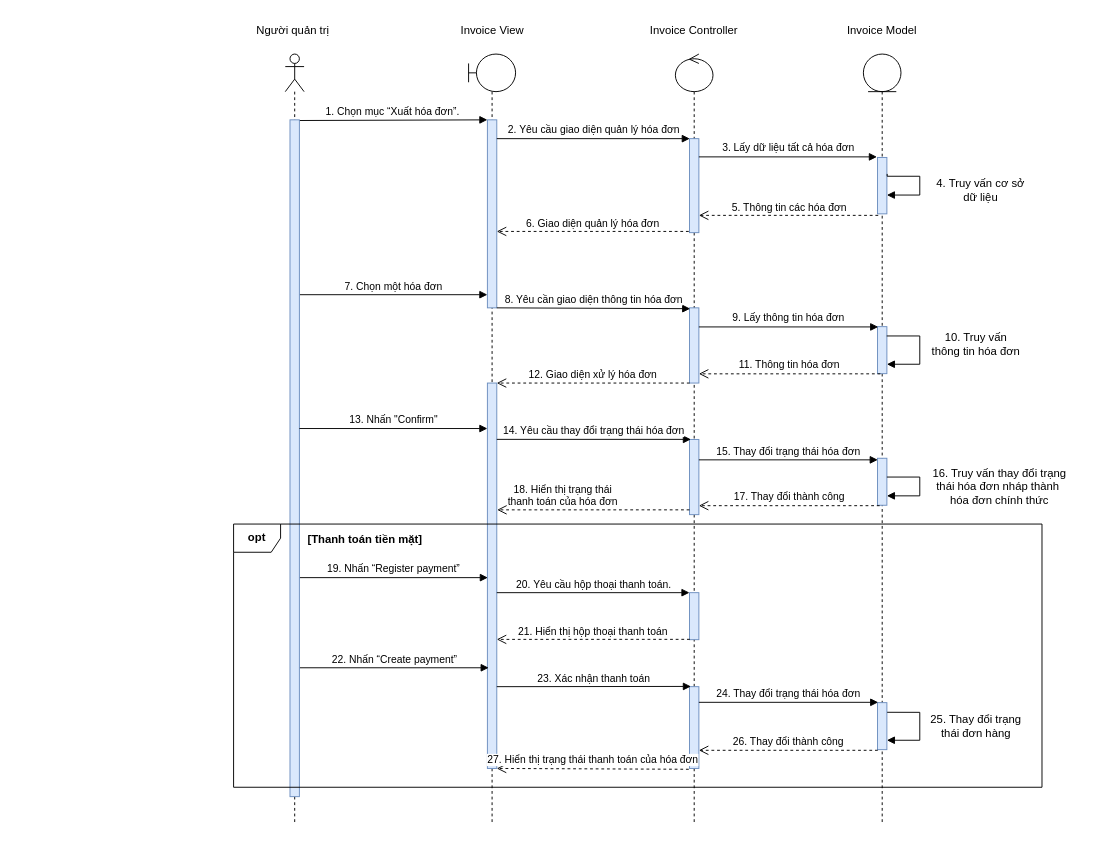
Earlier version of the draw.io diagram Nam3_HK1/CNPM_SoftTech/Sequence Diagrams/Minh Tuấn/SD_XuLyHoaDon.drawio (EdgarIgnite16/SGU-Course). Source tidied: cells renumbered, new cells numbered last; positions are measured from the earlier drawing's top-left corner, leaving out a move shared by most shapes. Both pictures are drawn from the tidied source at 94%, with x=0, y=0 at pixel (233, 16).
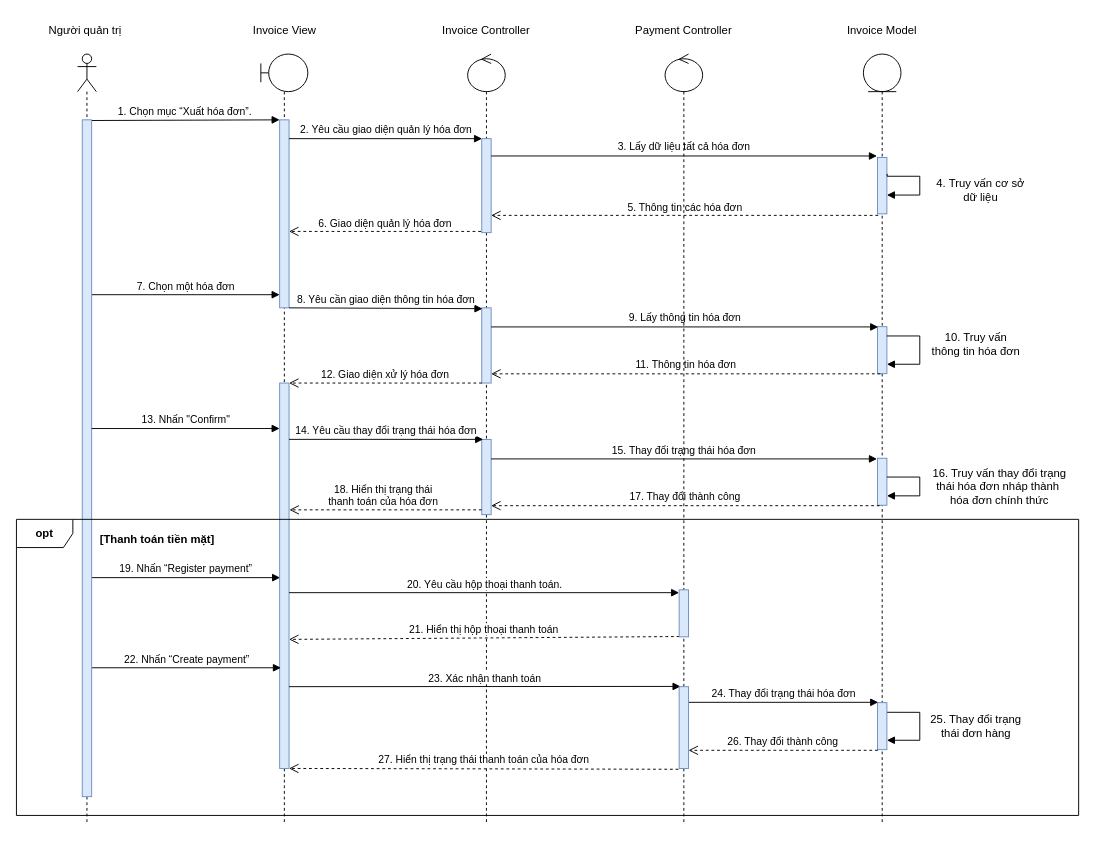
After the change.

The change refers to these unchanged cells:
```xml
<mxCell id="4" style="html=1;points=[];perimeter=orthogonalPerimeter;fillColor=#dae8fc;strokeColor=#6c8ebf;" parent="2" vertex="1">
  <mxGeometry x="20" y="350" width="10" height="410" as="geometry" />
</mxCell>
<mxCell id="8" style="html=1;points=[];perimeter=orthogonalPerimeter;fillColor=#dae8fc;strokeColor=#6c8ebf;" parent="7" vertex="1">
  <mxGeometry x="15" y="90" width="10" height="100" as="geometry" />
</mxCell>
<mxCell id="10" style="html=1;points=[];perimeter=orthogonalPerimeter;fillColor=#dae8fc;strokeColor=#6c8ebf;" parent="7" vertex="1">
  <mxGeometry x="15" y="410" width="10" height="80" as="geometry" />
</mxCell>
<mxCell id="28" style="html=1;points=[];perimeter=orthogonalPerimeter;fillColor=#dae8fc;strokeColor=#6c8ebf;" parent="1" vertex="1">
  <mxGeometry x="685" y="150" width="10" height="60" as="geometry" />
</mxCell>
<mxCell id="47" style="html=1;points=[];perimeter=orthogonalPerimeter;fillColor=#dae8fc;strokeColor=#6c8ebf;" parent="1" vertex="1">
  <mxGeometry x="685" y="470" width="10" height="50" as="geometry" />
</mxCell>
```

Diff of the diagram source:
```diff
@@
     <mxCell id="2" style="shape=umlLifeline;participant=umlBoundary;perimeter=lifelinePerimeter;whiteSpace=wrap;html=1;verticalAlign=top;spacingTop=36;" parent="1" vertex="1">
-      <mxGeometry x="250" y="40" width="50" height="820" as="geometry" />
+      <mxGeometry x="29" y="40" width="50" height="820" as="geometry" />
     </mxCell>
@@
     <mxCell id="7" style="shape=umlLifeline;participant=umlControl;perimeter=lifelinePerimeter;whiteSpace=wrap;html=1;verticalAlign=top;spacingTop=36;" parent="1" vertex="1">
-      <mxGeometry x="470" y="40" width="40" height="820" as="geometry" />
+      <mxGeometry x="249" y="40" width="40" height="820" as="geometry" />
     </mxCell>
@@
-    <mxCell id="9" style="html=1;points=[];perimeter=orthogonalPerimeter;fillColor=#dae8fc;strokeColor=#6c8ebf;" parent="7" vertex="1">
-      <mxGeometry x="15" y="573" width="10" height="50" as="geometry" />
-    </mxCell>
@@
-    <mxCell id="11" style="html=1;points=[];perimeter=orthogonalPerimeter;fillColor=#dae8fc;strokeColor=#6c8ebf;" parent="7" vertex="1">
-      <mxGeometry x="15" y="673" width="10" height="87" as="geometry" />
-    </mxCell>
     <mxCell id="12" style="shape=umlLifeline;participant=umlActor;perimeter=lifelinePerimeter;whiteSpace=wrap;html=1;verticalAlign=top;spacingTop=36;" parent="1" vertex="1">
-      <mxGeometry x="55" y="40" width="20" height="820" as="geometry" />
+      <mxGeometry x="-166" y="40" width="20" height="820" as="geometry" />
     </mxCell>
@@
     <mxCell id="15" style="html=1;points=[];perimeter=orthogonalPerimeter;fillColor=#dae8fc;strokeColor=#6c8ebf;" parent="1" vertex="1">
-      <mxGeometry x="485" y="310" width="10" height="80" as="geometry" />
+      <mxGeometry x="264" y="310" width="10" height="80" as="geometry" />
     </mxCell>
     <mxCell id="16" value="7. Chọn một hóa đơn" style="html=1;verticalAlign=bottom;endArrow=block;rounded=0;" parent="1" edge="1" source="42">
       <mxGeometry relative="1" as="geometry">
-        <mxPoint x="270" y="296" as="targetPoint" />
+        <mxPoint x="49" y="296" as="targetPoint" />
       </mxGeometry>
     </mxCell>
@@
     <mxCell id="22" value="1. Chọn mục “Xuất hóa đơn”." style="html=1;verticalAlign=bottom;endArrow=block;rounded=0;exitX=0.66;exitY=0.001;exitDx=0;exitDy=0;exitPerimeter=0;" parent="1" edge="1" source="42">
       <mxGeometry relative="1" as="geometry">
-        <mxPoint x="270" y="110" as="targetPoint" />
+        <mxPoint x="49" y="110" as="targetPoint" />
       </mxGeometry>
     </mxCell>
     <mxCell id="23" value="Invoice View" style="text;html=1;strokeColor=none;fillColor=none;align=center;verticalAlign=middle;whiteSpace=wrap;rounded=0;" parent="1" vertex="1">
-      <mxGeometry x="232.5" width="85" height="30" as="geometry" />
+      <mxGeometry x="11.5" width="85" height="30" as="geometry" />
     </mxCell>
     <mxCell id="24" value="Invoice Controller" style="text;html=1;strokeColor=none;fillColor=none;align=center;verticalAlign=middle;whiteSpace=wrap;rounded=0;" parent="1" vertex="1">
-      <mxGeometry x="435" width="110" height="30" as="geometry" />
+      <mxGeometry x="214" width="110" height="30" as="geometry" />
     </mxCell>
@@
-    <mxCell id="27" value="3. Lấy dữ liệu tất cả hóa đơn" style="html=1;verticalAlign=bottom;endArrow=block;rounded=0;entryX=-0.059;entryY=-0.007;entryDx=0;entryDy=0;entryPerimeter=0;" parent="1" edge="1" source="8">
-      <mxGeometry relative="1" as="geometry">
-        <mxPoint x="684.4" y="149.4" as="targetPoint" />
-      </mxGeometry>
+    <mxCell id="27" value="3. Lấy dữ liệu tất cả hóa đơn" style="html=1;verticalAlign=bottom;endArrow=block;rounded=0;entryX=-0.055;entryY=-0.026;entryDx=0;entryDy=0;entryPerimeter=0;" parent="1" edge="1" source="8" target="28">
+      <mxGeometry relative="1" as="geometry" />
     </mxCell>
@@
     <mxCell id="33" value="19. Nhấn “Register payment”" style="html=1;verticalAlign=bottom;endArrow=block;rounded=0;entryX=0.052;entryY=0.306;entryDx=0;entryDy=0;entryPerimeter=0;" parent="1" edge="1">
       <mxGeometry relative="1" as="geometry">
-        <mxPoint x="70" y="597" as="sourcePoint" />
-        <mxPoint x="270.5" y="597" as="targetPoint" />
+        <mxPoint x="-151" y="597" as="sourcePoint" />
+        <mxPoint x="49.5" y="597" as="targetPoint" />
       </mxGeometry>
     </mxCell>
     <mxCell id="34" value="20. Yêu cầu hộp thoại thanh toán." style="html=1;verticalAlign=bottom;endArrow=block;rounded=0;" parent="1" edge="1" target="9">
       <mxGeometry relative="1" as="geometry">
-        <mxPoint x="280" y="613" as="sourcePoint" />
+        <mxPoint x="59" y="613" as="sourcePoint" />
       </mxGeometry>
     </mxCell>
     <mxCell id="35" value="21. Hiển thị hộp thoại thanh toán" style="html=1;verticalAlign=bottom;endArrow=open;dashed=1;endSize=8;rounded=0;exitX=0.034;exitY=0.993;exitDx=0;exitDy=0;exitPerimeter=0;" parent="1" edge="1" source="9">
       <mxGeometry relative="1" as="geometry">
-        <mxPoint x="280" y="662.7" as="targetPoint" />
+        <mxPoint x="59" y="662.7" as="targetPoint" />
       </mxGeometry>
     </mxCell>
     <mxCell id="36" value="22. Nhấn “Create payment”" style="html=1;verticalAlign=bottom;endArrow=block;rounded=0;entryX=0.145;entryY=0.588;entryDx=0;entryDy=0;entryPerimeter=0;" parent="1" edge="1">
       <mxGeometry relative="1" as="geometry">
-        <mxPoint x="70" y="692.9" as="sourcePoint" />
-        <mxPoint x="271.4" y="692.9" as="targetPoint" />
+        <mxPoint x="-151" y="692.9" as="sourcePoint" />
+        <mxPoint x="50.4" y="692.9" as="targetPoint" />
       </mxGeometry>
     </mxCell>
     <mxCell id="37" value="23. Xác nhận thanh toán" style="html=1;verticalAlign=bottom;endArrow=block;rounded=0;entryX=0.153;entryY=-0.003;entryDx=0;entryDy=0;entryPerimeter=0;" parent="1" edge="1" target="11">
       <mxGeometry relative="1" as="geometry">
-        <mxPoint x="280" y="713" as="sourcePoint" />
+        <mxPoint x="59" y="713" as="sourcePoint" />
       </mxGeometry>
     </mxCell>
@@
     <mxCell id="42" style="html=1;points=[];perimeter=orthogonalPerimeter;fillColor=#dae8fc;strokeColor=#6c8ebf;" parent="1" vertex="1">
-      <mxGeometry x="60" y="110" width="10" height="720" as="geometry" />
+      <mxGeometry x="-161" y="110" width="10" height="720" as="geometry" />
     </mxCell>
     <mxCell id="43" value="Người quản trị&amp;nbsp;" style="text;html=1;strokeColor=none;fillColor=none;align=center;verticalAlign=middle;whiteSpace=wrap;rounded=0;" parent="1" vertex="1">
-      <mxGeometry x="10" width="110" height="30" as="geometry" />
+      <mxGeometry x="-211" width="110" height="30" as="geometry" />
     </mxCell>
@@
-    <mxCell id="46" value="15. Thay đổi trạng thái hóa đơn" style="html=1;verticalAlign=bottom;endArrow=block;rounded=0;entryX=0.034;entryY=0.021;entryDx=0;entryDy=0;entryPerimeter=0;" parent="1" edge="1" source="10">
-      <mxGeometry relative="1" as="geometry">
-        <mxPoint x="685.3" y="471.7" as="targetPoint" />
-      </mxGeometry>
+    <mxCell id="46" value="15. Thay đổi trạng thái hóa đơn" style="html=1;verticalAlign=bottom;endArrow=block;rounded=0;entryX=-0.055;entryY=0.014;entryDx=0;entryDy=0;entryPerimeter=0;" parent="1" edge="1" source="10" target="47">
+      <mxGeometry relative="1" as="geometry" />
     </mxCell>
@@
     <mxCell id="50" value="18. Hiển thị trạng thái &lt;br&gt;thanh toán của hóa đơn" style="html=1;verticalAlign=bottom;endArrow=open;dashed=1;endSize=8;rounded=0;entryX=1.04;entryY=0.329;entryDx=0;entryDy=0;entryPerimeter=0;" parent="1" edge="1" source="10" target="4">
-      <mxGeometry x="0.32" relative="1" as="geometry" />
+      <mxGeometry x="0.03" relative="1" as="geometry" />
     </mxCell>
@@
+    <mxCell id="55" style="shape=umlLifeline;participant=umlControl;perimeter=lifelinePerimeter;whiteSpace=wrap;html=1;verticalAlign=top;spacingTop=36;" parent="1" vertex="1">
+      <mxGeometry x="459" y="40" width="40" height="820" as="geometry" />
+    </mxCell>
+    <mxCell id="9" style="html=1;points=[];perimeter=orthogonalPerimeter;fillColor=#dae8fc;strokeColor=#6c8ebf;" parent="55" vertex="1">
+      <mxGeometry x="15" y="570" width="10" height="50" as="geometry" />
+    </mxCell>
+    <mxCell id="11" style="html=1;points=[];perimeter=orthogonalPerimeter;fillColor=#dae8fc;strokeColor=#6c8ebf;" parent="55" vertex="1">
+      <mxGeometry x="15" y="673" width="10" height="87" as="geometry" />
+    </mxCell>
+    <mxCell id="56" value="Payment Controller" style="text;html=1;strokeColor=none;fillColor=none;align=center;verticalAlign=middle;whiteSpace=wrap;rounded=0;" parent="1" vertex="1">
+      <mxGeometry x="424" width="110" height="30" as="geometry" />
+    </mxCell>
-    <mxCell id="54" value="&lt;b&gt;opt&lt;/b&gt;" style="shape=umlFrame;whiteSpace=wrap;html=1;width=50;height=30;" parent="1" vertex="1">
-      <mxGeometry y="540" width="860" height="280" as="geometry" />
+    <mxCell id="54" value="&lt;b&gt;opt&lt;/b&gt;" style="shape=umlFrame;whiteSpace=wrap;html=1;" parent="1" vertex="1">
+      <mxGeometry x="-231" y="535" width="1130" height="315" as="geometry" />
     </mxCell>
```
